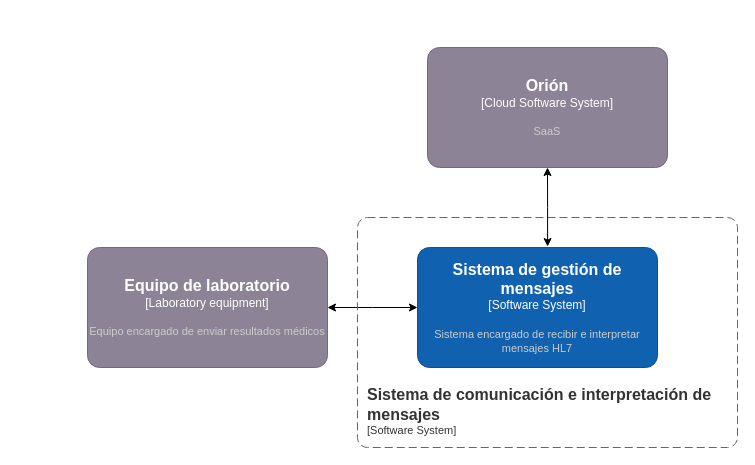
Before: page "Contexto" (1 of 4) of Diagramas/TIC.drawio in GiulianAlbuja/TIC, a draw.io diagram. Source tidied: cells renumbered, new cells numbered last; positions are measured from the earlier drawing's top-left corner, leaving out a move shared by most shapes. Both pictures are drawn from the tidied source at 100%, with x=0, y=0 at pixel (87, 47).
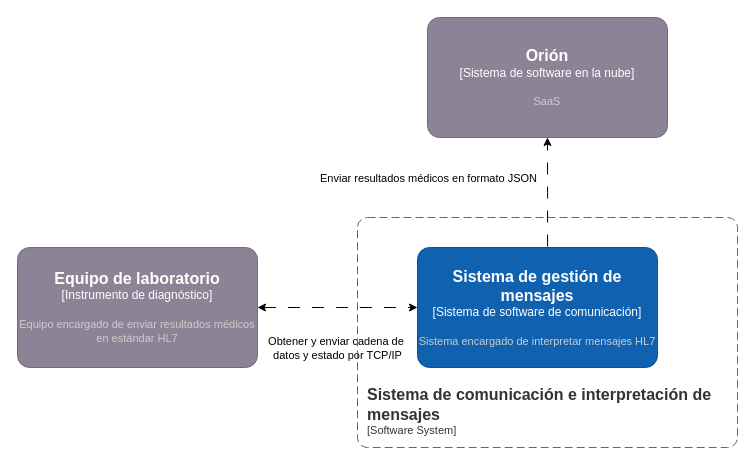
After the change.

What changed in the source:
```diff
@@
 <mxGraphModel>
   <root>
     <mxCell id="0" />
     <mxCell id="1" parent="0" />
-    <mxCell id="2" style="edgeStyle=orthogonalEdgeStyle;rounded=0;jettySize=auto;html=1;startArrow=classic;startFill=1;" parent="1" edge="1" source="3">
+    <mxCell id="2" style="edgeStyle=orthogonalEdgeStyle;rounded=0;jettySize=auto;html=1;startArrow=classic;startFill=1;dashed=1;dashPattern=12 12;" parent="1" edge="1" source="3">
       <mxGeometry relative="1" as="geometry">
         <mxPoint x="330" y="260" as="targetPoint" />
       </mxGeometry>
     </mxCell>
+    <mxCell id="8" value="Obtener y enviar cadena de&amp;nbsp;&lt;div&gt;datos y estado por TCP/IP&lt;/div&gt;" style="edgeLabel;html=1;align=center;verticalAlign=middle;" parent="2" vertex="1">
+      <mxGeometry x="0.44" y="2" relative="1" as="geometry">
+        <mxPoint x="-36" y="42" as="offset" />
+      </mxGeometry>
+    </mxCell>
-    <object id="3" label="&lt;font style=&quot;font-size: 16px&quot;&gt;&lt;b&gt;%c4Name%&lt;/b&gt;&lt;/font&gt;&lt;div&gt;[%c4Type%]&lt;/div&gt;&lt;br&gt;&lt;div&gt;&lt;font style=&quot;font-size: 11px&quot;&gt;&lt;font color=&quot;#cccccc&quot;&gt;%c4Description%&lt;/font&gt;&lt;/div&gt;" c4Description="Equipo encargado de enviar resultados médicos" c4Name="Equipo de laboratorio" c4Type="Laboratory equipment" placeholders="1">
+    <object id="3" label="&lt;font style=&quot;font-size: 16px&quot;&gt;&lt;b&gt;%c4Name%&lt;/b&gt;&lt;/font&gt;&lt;div&gt;[%c4Type%]&lt;/div&gt;&lt;br&gt;&lt;div&gt;&lt;font style=&quot;font-size: 11px&quot;&gt;&lt;font color=&quot;#cccccc&quot;&gt;%c4Description%&lt;/font&gt;&lt;/div&gt;" c4Description="Equipo encargado de enviar resultados médicos en estándar HL7" c4Name="Equipo de laboratorio" c4Type="Instrumento de diagnóstico" placeholders="1">
       <mxCell style="rounded=1;whiteSpace=wrap;html=1;labelBackgroundColor=none;fillColor=#8C8496;fontColor=#ffffff;align=center;arcSize=10;strokeColor=#736782;points=[[0.25,0,0],[0.5,0,0],[0.75,0,0],[1,0.25,0],[1,0.5,0],[1,0.75,0],[0.75,1,0],[0.5,1,0],[0.25,1,0],[0,0.75,0],[0,0.5,0],[0,0.25,0]];" parent="1" vertex="1">
-        <mxGeometry y="200" width="240" height="120" as="geometry" />
+        <mxGeometry x="-70" y="200" width="240" height="120" as="geometry" />
       </mxCell>
     </object>
     <object id="4" label="&lt;font style=&quot;font-size: 16px&quot;&gt;&lt;b&gt;&lt;div style=&quot;text-align: left&quot;&gt;%c4Name%&lt;/div&gt;&lt;/b&gt;&lt;/font&gt;&lt;div style=&quot;text-align: left&quot;&gt;[%c4Application%]&lt;/div&gt;" c4Application="Software System" c4Name="Sistema de comunicación e interpretación de mensajes" placeholders="1">
       <mxCell style="rounded=1;fontSize=11;whiteSpace=wrap;html=1;dashed=1;arcSize=20;fillColor=none;strokeColor=#666666;fontColor=#333333;labelBackgroundColor=none;align=left;verticalAlign=bottom;labelBorderColor=none;spacingTop=0;spacing=10;dashPattern=8 4;perimeter=rectanglePerimeter;noLabel=0;labelPadding=0;absoluteArcSize=1;" parent="1" vertex="1">
         <mxGeometry x="270" y="170" width="380" height="230" as="geometry" />
       </mxCell>
     </object>
-    <object id="5" label="&lt;font style=&quot;font-size: 16px&quot;&gt;&lt;b&gt;%c4Name%&lt;/b&gt;&lt;/font&gt;&lt;div&gt;[%c4Type%]&lt;/div&gt;&lt;br&gt;&lt;div&gt;&lt;font style=&quot;font-size: 11px&quot;&gt;&lt;font color=&quot;#cccccc&quot;&gt;%c4Description%&lt;/font&gt;&lt;/div&gt;" c4Description="SaaS" c4Name="Orión" c4Type="Cloud Software System" placeholders="1">
+    <object id="5" label="&lt;font style=&quot;font-size: 16px&quot;&gt;&lt;b&gt;%c4Name%&lt;/b&gt;&lt;/font&gt;&lt;div&gt;[%c4Type%]&lt;/div&gt;&lt;br&gt;&lt;div&gt;&lt;font style=&quot;font-size: 11px&quot;&gt;&lt;font color=&quot;#cccccc&quot;&gt;%c4Description%&lt;/font&gt;&lt;/div&gt;" c4Description="SaaS" c4Name="Orión" c4Type="Sistema de software en la nube" placeholders="1">
       <mxCell style="rounded=1;whiteSpace=wrap;html=1;labelBackgroundColor=none;fillColor=#8C8496;fontColor=#ffffff;align=center;arcSize=10;strokeColor=#736782;points=[[0.25,0,0],[0.5,0,0],[0.75,0,0],[1,0.25,0],[1,0.5,0],[1,0.75,0],[0.75,1,0],[0.5,1,0],[0.25,1,0],[0,0.75,0],[0,0.5,0],[0,0.25,0]];" parent="1" vertex="1">
-        <mxGeometry x="340" width="240" height="120" as="geometry" />
+        <mxGeometry x="340" y="-30" width="240" height="120" as="geometry" />
       </mxCell>
     </object>
-    <mxCell id="6" style="edgeStyle=orthogonalEdgeStyle;rounded=0;jettySize=auto;html=1;entryX=0.5;entryY=1;entryDx=0;entryDy=0;entryPerimeter=0;startArrow=classic;startFill=1;exitX=0.542;exitY=-0.008;exitDx=0;exitDy=0;exitPerimeter=0;" parent="1" edge="1" source="7" target="5">
+    <mxCell id="6" style="edgeStyle=orthogonalEdgeStyle;rounded=0;jettySize=auto;html=1;entryX=0.5;entryY=1;entryDx=0;entryDy=0;entryPerimeter=0;startArrow=none;startFill=0;exitX=0.542;exitY=-0.008;exitDx=0;exitDy=0;exitPerimeter=0;dashed=1;dashPattern=12 12;" parent="1" edge="1" source="7" target="5">
       <mxGeometry relative="1" as="geometry" />
     </mxCell>
+    <mxCell id="9" value="Enviar resultados médicos en formato JSON" style="edgeLabel;html=1;align=center;verticalAlign=middle;" parent="6" vertex="1">
+      <mxGeometry x="-0.19" y="-4" relative="1" as="geometry">
+        <mxPoint x="-124" y="-25" as="offset" />
+      </mxGeometry>
+    </mxCell>
-    <object id="7" label="&lt;font style=&quot;font-size: 16px&quot;&gt;&lt;b&gt;%c4Name%&lt;/b&gt;&lt;/font&gt;&lt;div&gt;[%c4Type%]&lt;/div&gt;&lt;br&gt;&lt;div&gt;&lt;font style=&quot;font-size: 11px&quot;&gt;&lt;font color=&quot;#cccccc&quot;&gt;%c4Description%&lt;/font&gt;&lt;/div&gt;" c4Description="Sistema encargado de recibir e interpretar mensajes HL7" c4Name="Sistema de gestión de mensajes" c4Type="Software System" placeholders="1">
+    <object id="7" label="&lt;font style=&quot;font-size: 16px&quot;&gt;&lt;b&gt;%c4Name%&lt;/b&gt;&lt;/font&gt;&lt;div&gt;[%c4Type%]&lt;/div&gt;&lt;br&gt;&lt;div&gt;&lt;font style=&quot;font-size: 11px&quot;&gt;&lt;font color=&quot;#cccccc&quot;&gt;%c4Description%&lt;/font&gt;&lt;/div&gt;" c4Description="Sistema encargado de interpretar mensajes HL7" c4Name="Sistema de gestión de mensajes" c4Type="Sistema de software de comunicación" placeholders="1">
       <mxCell style="rounded=1;whiteSpace=wrap;html=1;labelBackgroundColor=none;fillColor=#1061B0;fontColor=#ffffff;align=center;arcSize=10;strokeColor=#0D5091;points=[[0.25,0,0],[0.5,0,0],[0.75,0,0],[1,0.25,0],[1,0.5,0],[1,0.75,0],[0.75,1,0],[0.5,1,0],[0.25,1,0],[0,0.75,0],[0,0.5,0],[0,0.25,0]];" parent="1" vertex="1">
         <mxGeometry x="330" y="200" width="240" height="120" as="geometry" />
       </mxCell>
     </object>
   </root>
 </mxGraphModel>
```
